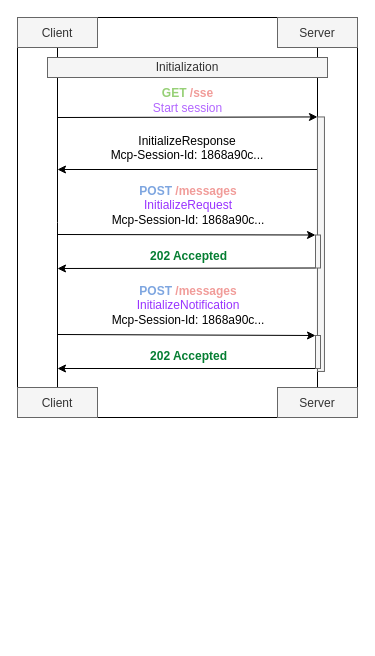
Before: page "Page-2" (2 of 3) of diagrams/sse_client_server_communication.drawio in mixa2130/mcp_tutorial, a draw.io diagram. Source tidied: cells renumbered, new cells numbered last; positions are measured from the earlier drawing's top-left corner, leaving out a move shared by most shapes. Both pictures are drawn from the tidied source at 100%, with x=0, y=0 at pixel (17, 17).
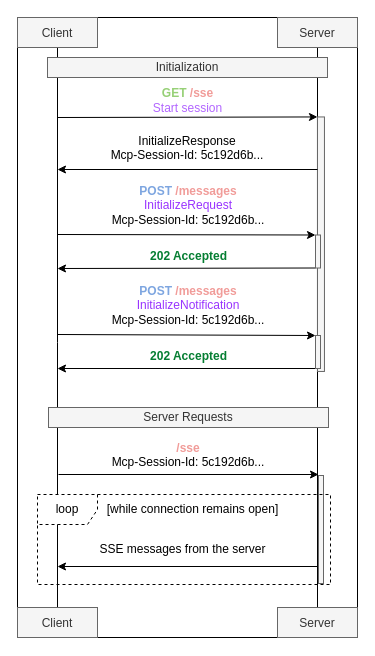
After the change.

The change refers to these unchanged cells:
```xml
<mxCell id="4" value="Client" style="shape=rectangle;fillColor=#f5f5f5;fontColor=#333333;strokeColor=#666666;" parent="1" vertex="1">
  <mxGeometry width="80" height="30" as="geometry" />
</mxCell>
<mxCell id="6" value="Server" style="shape=rectangle;fillColor=#f5f5f5;fontColor=#333333;strokeColor=#666666;" parent="1" vertex="1">
  <mxGeometry x="260" width="80" height="30" as="geometry" />
</mxCell>
```

Change to the diagram source:
```diff
@@
+    <mxCell id="25" style="edgeStyle=orthogonalEdgeStyle;rounded=0;jettySize=auto;html=1;endArrow=none;startFill=0;" parent="1" edge="1" source="6" target="21">
+      <mxGeometry relative="1" as="geometry" />
+    </mxCell>
+    <mxCell id="22" style="rounded=0;whiteSpace=wrap;html=1;fillColor=#f5f5f5;fontColor=#333333;strokeColor=#666666;rotation=90;" parent="1" vertex="1">
+      <mxGeometry x="176.2" y="223.2" width="254.5" height="7" as="geometry" />
+    </mxCell>
     <mxCell id="2" style="rounded=0;whiteSpace=wrap;html=1;fillColor=none;" parent="1" vertex="1">
-      <mxGeometry width="340" height="400" as="geometry" />
+      <mxGeometry width="340" height="620" as="geometry" />
     </mxCell>
     <mxCell id="3" style="edgeStyle=orthogonalEdgeStyle;rounded=0;jettySize=auto;html=1;endArrow=none;endFill=1;startFill=0;" parent="1" edge="1" source="4">
       <mxGeometry relative="1" as="geometry">
-        <mxPoint x="40" y="380" as="targetPoint" />
+        <mxPoint x="40" y="620" as="targetPoint" />
       </mxGeometry>
     </mxCell>
@@
-    <mxCell id="5" style="edgeStyle=orthogonalEdgeStyle;rounded=0;jettySize=auto;html=1;endArrow=none;startFill=0;" parent="1" edge="1" source="6">
-      <mxGeometry relative="1" as="geometry">
-        <mxPoint x="300" y="380" as="targetPoint" />
-      </mxGeometry>
-    </mxCell>
@@
-    <mxCell id="7" value="Initialization" style="rounded=0;whiteSpace=wrap;html=1;fillColor=#f5f5f5;fontColor=#333333;strokeColor=#666666;" parent="1" vertex="1">
-      <mxGeometry x="30" y="40" width="280" height="20" as="geometry" />
-    </mxCell>
@@
-    <mxCell id="9" value="&lt;span style=&quot;font-family: Helvetica; font-size: 12px; font-style: normal; font-variant-ligatures: normal; font-variant-caps: normal; letter-spacing: normal; orphans: 2; text-indent: 0px; text-transform: none; widows: 2; word-spacing: 0px; -webkit-text-stroke-width: 0px; white-space: normal; text-decoration-thickness: initial; text-decoration-style: initial; text-decoration-color: initial; float: none; display: inline !important;&quot;&gt;&lt;font style=&quot;color: rgb(126, 166, 224);&quot;&gt;&lt;b style=&quot;&quot;&gt;POST&lt;/b&gt;&lt;/font&gt;&lt;/span&gt;&lt;span style=&quot;color: rgb(0, 0, 0); font-family: Helvetica; font-size: 12px; font-style: normal; font-variant-ligatures: normal; font-variant-caps: normal; font-weight: 400; letter-spacing: normal; orphans: 2; text-indent: 0px; text-transform: none; widows: 2; word-spacing: 0px; -webkit-text-stroke-width: 0px; white-space: normal; text-decoration-thickness: initial; text-decoration-style: initial; text-decoration-color: initial; float: none; display: inline !important;&quot;&gt; &lt;/span&gt;&lt;span style=&quot;font-family: Helvetica; font-size: 12px; font-style: normal; font-variant-ligatures: normal; font-variant-caps: normal; letter-spacing: normal; orphans: 2; text-indent: 0px; text-transform: none; widows: 2; word-spacing: 0px; -webkit-text-stroke-width: 0px; white-space: normal; text-decoration-thickness: initial; text-decoration-style: initial; text-decoration-color: initial; float: none; display: inline !important;&quot;&gt;&lt;font style=&quot;color: rgb(241, 156, 153);&quot;&gt;&lt;b style=&quot;&quot;&gt;/messages&lt;/b&gt;&lt;/font&gt;&lt;/span&gt;&lt;div&gt;&lt;span style=&quot;background-color: transparent;&quot;&gt;&lt;font style=&quot;color: rgb(153, 51, 255);&quot;&gt;InitializeRequest&lt;/font&gt;&lt;/span&gt;&lt;/div&gt;&lt;div&gt;Mcp-Session-Id: 1868a90c...&lt;span style=&quot;background-color: transparent;&quot;&gt;&lt;/span&gt;&lt;/div&gt;" style="text;whiteSpace=wrap;html=1;fillColor=none;align=center;" parent="1" vertex="1">
+    <mxCell id="9" value="&lt;span style=&quot;font-family: Helvetica; font-size: 12px; font-style: normal; font-variant-ligatures: normal; font-variant-caps: normal; letter-spacing: normal; orphans: 2; text-indent: 0px; text-transform: none; widows: 2; word-spacing: 0px; -webkit-text-stroke-width: 0px; white-space: normal; text-decoration-thickness: initial; text-decoration-style: initial; text-decoration-color: initial; float: none; display: inline !important;&quot;&gt;&lt;font style=&quot;color: rgb(126, 166, 224);&quot;&gt;&lt;b style=&quot;&quot;&gt;POST&lt;/b&gt;&lt;/font&gt;&lt;/span&gt;&lt;span style=&quot;color: rgb(0, 0, 0); font-family: Helvetica; font-size: 12px; font-style: normal; font-variant-ligatures: normal; font-variant-caps: normal; font-weight: 400; letter-spacing: normal; orphans: 2; text-indent: 0px; text-transform: none; widows: 2; word-spacing: 0px; -webkit-text-stroke-width: 0px; white-space: normal; text-decoration-thickness: initial; text-decoration-style: initial; text-decoration-color: initial; float: none; display: inline !important;&quot;&gt; &lt;/span&gt;&lt;span style=&quot;font-family: Helvetica; font-size: 12px; font-style: normal; font-variant-ligatures: normal; font-variant-caps: normal; letter-spacing: normal; orphans: 2; text-indent: 0px; text-transform: none; widows: 2; word-spacing: 0px; -webkit-text-stroke-width: 0px; white-space: normal; text-decoration-thickness: initial; text-decoration-style: initial; text-decoration-color: initial; float: none; display: inline !important;&quot;&gt;&lt;font style=&quot;color: rgb(241, 156, 153);&quot;&gt;&lt;b style=&quot;&quot;&gt;/messages&lt;/b&gt;&lt;/font&gt;&lt;/span&gt;&lt;div&gt;&lt;span style=&quot;background-color: transparent;&quot;&gt;&lt;font style=&quot;color: rgb(153, 51, 255);&quot;&gt;InitializeRequest&lt;/font&gt;&lt;/span&gt;&lt;/div&gt;&lt;div&gt;Mcp-Session-Id: 5c192d6b...&lt;span style=&quot;background-color: transparent;&quot;&gt;&lt;/span&gt;&lt;/div&gt;" style="text;whiteSpace=wrap;html=1;fillColor=none;align=center;" parent="1" vertex="1">
       <mxGeometry x="92" y="160" width="158" height="50" as="geometry" />
     </mxCell>
@@
-    <mxCell id="12" value="&lt;font style=&quot;color: rgb(154, 199, 191);&quot;&gt;&lt;span style=&quot;font-family: Helvetica; font-size: 12px; font-style: normal; font-variant-ligatures: normal; font-variant-caps: normal; font-weight: 400; letter-spacing: normal; orphans: 2; text-indent: 0px; text-transform: none; widows: 2; word-spacing: 0px; -webkit-text-stroke-width: 0px; white-space: normal; text-decoration-thickness: initial; text-decoration-style: initial; text-decoration-color: initial; float: none; display: inline !important; color: rgb(0, 0, 0);&quot;&gt;InitializeResponse&lt;/span&gt;&lt;br style=&quot;forced-color-adjust: none; font-family: Helvetica; font-size: 12px; font-style: normal; font-variant-ligatures: normal; font-variant-caps: normal; font-weight: 400; letter-spacing: normal; orphans: 2; text-indent: 0px; text-transform: none; widows: 2; word-spacing: 0px; -webkit-text-stroke-width: 0px; white-space: normal; text-decoration-thickness: initial; text-decoration-style: initial; text-decoration-color: initial; color: rgb(0, 0, 0);&quot;&gt;&lt;span style=&quot;font-family: Helvetica; font-size: 12px; font-style: normal; font-variant-ligatures: normal; font-variant-caps: normal; font-weight: 400; letter-spacing: normal; orphans: 2; text-indent: 0px; text-transform: none; widows: 2; word-spacing: 0px; -webkit-text-stroke-width: 0px; white-space: normal; text-decoration-thickness: initial; text-decoration-style: initial; text-decoration-color: initial; float: none; display: inline !important; color: rgb(0, 0, 0);&quot;&gt;Mcp-Session-Id: 1868a90c...&lt;/span&gt;&lt;/font&gt;&lt;div&gt;&lt;br&gt;&lt;/div&gt;" style="text;whiteSpace=wrap;html=1;align=center;" parent="1" vertex="1">
+    <mxCell id="12" value="&lt;font style=&quot;color: rgb(154, 199, 191);&quot;&gt;&lt;span style=&quot;font-family: Helvetica; font-size: 12px; font-style: normal; font-variant-ligatures: normal; font-variant-caps: normal; font-weight: 400; letter-spacing: normal; orphans: 2; text-indent: 0px; text-transform: none; widows: 2; word-spacing: 0px; -webkit-text-stroke-width: 0px; white-space: normal; text-decoration-thickness: initial; text-decoration-style: initial; text-decoration-color: initial; float: none; display: inline !important; color: rgb(0, 0, 0);&quot;&gt;InitializeResponse&lt;/span&gt;&lt;br style=&quot;forced-color-adjust: none; font-family: Helvetica; font-size: 12px; font-style: normal; font-variant-ligatures: normal; font-variant-caps: normal; font-weight: 400; letter-spacing: normal; orphans: 2; text-indent: 0px; text-transform: none; widows: 2; word-spacing: 0px; -webkit-text-stroke-width: 0px; white-space: normal; text-decoration-thickness: initial; text-decoration-style: initial; text-decoration-color: initial; color: rgb(0, 0, 0);&quot;&gt;&lt;span style=&quot;font-family: Helvetica; font-size: 12px; font-style: normal; font-variant-ligatures: normal; font-variant-caps: normal; font-weight: 400; letter-spacing: normal; orphans: 2; text-indent: 0px; text-transform: none; widows: 2; word-spacing: 0px; -webkit-text-stroke-width: 0px; white-space: normal; text-decoration-thickness: initial; text-decoration-style: initial; text-decoration-color: initial; float: none; display: inline !important; color: rgb(0, 0, 0);&quot;&gt;Mcp-Session-Id: 5c192d6b...&lt;/span&gt;&lt;/font&gt;&lt;div&gt;&lt;br&gt;&lt;/div&gt;" style="text;whiteSpace=wrap;html=1;align=center;" parent="1" vertex="1">
       <mxGeometry x="90" y="110" width="160" height="44" as="geometry" />
     </mxCell>
@@
-    <mxCell id="17" value="&lt;span style=&quot;font-family: Helvetica; font-size: 12px; font-style: normal; font-variant-ligatures: normal; font-variant-caps: normal; letter-spacing: normal; orphans: 2; text-indent: 0px; text-transform: none; widows: 2; word-spacing: 0px; -webkit-text-stroke-width: 0px; white-space: normal; text-decoration-thickness: initial; text-decoration-style: initial; text-decoration-color: initial; float: none; display: inline !important;&quot;&gt;&lt;font style=&quot;color: rgb(126, 166, 224);&quot;&gt;&lt;b style=&quot;&quot;&gt;POST&lt;/b&gt;&lt;/font&gt;&lt;/span&gt;&lt;span style=&quot;color: rgb(0, 0, 0); font-family: Helvetica; font-size: 12px; font-style: normal; font-variant-ligatures: normal; font-variant-caps: normal; font-weight: 400; letter-spacing: normal; orphans: 2; text-indent: 0px; text-transform: none; widows: 2; word-spacing: 0px; -webkit-text-stroke-width: 0px; white-space: normal; text-decoration-thickness: initial; text-decoration-style: initial; text-decoration-color: initial; float: none; display: inline !important;&quot;&gt; &lt;/span&gt;&lt;span style=&quot;font-family: Helvetica; font-size: 12px; font-style: normal; font-variant-ligatures: normal; font-variant-caps: normal; letter-spacing: normal; orphans: 2; text-indent: 0px; text-transform: none; widows: 2; word-spacing: 0px; -webkit-text-stroke-width: 0px; white-space: normal; text-decoration-thickness: initial; text-decoration-style: initial; text-decoration-color: initial; float: none; display: inline !important;&quot;&gt;&lt;font style=&quot;color: rgb(241, 156, 153);&quot;&gt;&lt;b style=&quot;&quot;&gt;/messages&lt;/b&gt;&lt;/font&gt;&lt;/span&gt;&lt;div&gt;&lt;span style=&quot;background-color: transparent;&quot;&gt;&lt;font style=&quot;color: rgb(153, 51, 255);&quot;&gt;InitializeNotification&lt;/font&gt;&lt;/span&gt;&lt;/div&gt;&lt;div&gt;Mcp-Session-Id: 1868a90c...&lt;span style=&quot;background-color: transparent;&quot;&gt;&lt;/span&gt;&lt;/div&gt;" style="text;whiteSpace=wrap;html=1;fillColor=none;align=center;" parent="1" vertex="1">
+    <mxCell id="17" value="&lt;span style=&quot;font-family: Helvetica; font-size: 12px; font-style: normal; font-variant-ligatures: normal; font-variant-caps: normal; letter-spacing: normal; orphans: 2; text-indent: 0px; text-transform: none; widows: 2; word-spacing: 0px; -webkit-text-stroke-width: 0px; white-space: normal; text-decoration-thickness: initial; text-decoration-style: initial; text-decoration-color: initial; float: none; display: inline !important;&quot;&gt;&lt;font style=&quot;color: rgb(126, 166, 224);&quot;&gt;&lt;b style=&quot;&quot;&gt;POST&lt;/b&gt;&lt;/font&gt;&lt;/span&gt;&lt;span style=&quot;color: rgb(0, 0, 0); font-family: Helvetica; font-size: 12px; font-style: normal; font-variant-ligatures: normal; font-variant-caps: normal; font-weight: 400; letter-spacing: normal; orphans: 2; text-indent: 0px; text-transform: none; widows: 2; word-spacing: 0px; -webkit-text-stroke-width: 0px; white-space: normal; text-decoration-thickness: initial; text-decoration-style: initial; text-decoration-color: initial; float: none; display: inline !important;&quot;&gt; &lt;/span&gt;&lt;span style=&quot;font-family: Helvetica; font-size: 12px; font-style: normal; font-variant-ligatures: normal; font-variant-caps: normal; letter-spacing: normal; orphans: 2; text-indent: 0px; text-transform: none; widows: 2; word-spacing: 0px; -webkit-text-stroke-width: 0px; white-space: normal; text-decoration-thickness: initial; text-decoration-style: initial; text-decoration-color: initial; float: none; display: inline !important;&quot;&gt;&lt;font style=&quot;color: rgb(241, 156, 153);&quot;&gt;&lt;b style=&quot;&quot;&gt;/messages&lt;/b&gt;&lt;/font&gt;&lt;/span&gt;&lt;div&gt;&lt;span style=&quot;background-color: transparent;&quot;&gt;&lt;font style=&quot;color: rgb(153, 51, 255);&quot;&gt;InitializeNotification&lt;/font&gt;&lt;/span&gt;&lt;/div&gt;&lt;div&gt;Mcp-Session-Id: 5c192d6b...&lt;span style=&quot;background-color: transparent;&quot;&gt;&lt;/span&gt;&lt;/div&gt;" style="text;whiteSpace=wrap;html=1;fillColor=none;align=center;" parent="1" vertex="1">
       <mxGeometry x="92" y="260" width="158" height="50" as="geometry" />
     </mxCell>
@@
     <mxCell id="20" value="Client" style="shape=rectangle;fillColor=#f5f5f5;fontColor=#333333;strokeColor=#666666;" parent="1" vertex="1">
-      <mxGeometry y="370" width="80" height="30" as="geometry" />
+      <mxGeometry y="590" width="80" height="30" as="geometry" />
     </mxCell>
-    <mxCell id="21" value="Server" style="shape=rectangle;fillColor=#f5f5f5;fontColor=#333333;strokeColor=#666666;" parent="1" vertex="1">
-      <mxGeometry x="260" y="370" width="80" height="30" as="geometry" />
-    </mxCell>
-    <mxCell id="22" style="rounded=0;whiteSpace=wrap;html=1;fillColor=#f5f5f5;fontColor=#333333;strokeColor=#666666;rotation=90;" parent="1" vertex="1">
-      <mxGeometry x="176.2" y="223.2" width="254.5" height="7" as="geometry" />
-    </mxCell>
@@
+    <mxCell id="26" style="endArrow=none;html=1;rounded=0;startFill=1;startArrow=classic;" parent="1" edge="1">
+      <mxGeometry relative="1" as="geometry">
+        <mxPoint x="40" y="549" as="sourcePoint" />
+        <mxPoint x="300" y="549" as="targetPoint" />
+      </mxGeometry>
+    </mxCell>
+    <mxCell id="27" style="endArrow=classic;html=1;rounded=0;entryX=0;entryY=1;entryDx=0;entryDy=0;" parent="1" edge="1">
+      <mxGeometry relative="1" as="geometry">
+        <mxPoint x="41" y="457" as="sourcePoint" />
+        <mxPoint x="301" y="457" as="targetPoint" />
+      </mxGeometry>
+    </mxCell>
+    <mxCell id="28" value="&lt;span style=&quot;font-family: Helvetica; font-size: 12px; font-style: normal; font-variant-ligatures: normal; font-variant-caps: normal; letter-spacing: normal; orphans: 2; text-indent: 0px; text-transform: none; widows: 2; word-spacing: 0px; -webkit-text-stroke-width: 0px; white-space: normal; text-decoration-thickness: initial; text-decoration-style: initial; text-decoration-color: initial; float: none; display: inline !important;&quot;&gt;&lt;font style=&quot;color: rgb(241, 156, 153);&quot;&gt;&lt;b style=&quot;&quot;&gt;/sse&lt;/b&gt;&lt;/font&gt;&lt;/span&gt;&lt;div&gt;&lt;span style=&quot;background-color: transparent; color: light-dark(rgb(0, 0, 0), rgb(255, 255, 255));&quot;&gt;Mcp-Session-Id: 5c192d6b...&lt;/span&gt;&lt;/div&gt;" style="text;whiteSpace=wrap;html=1;fillColor=none;align=center;" parent="1" vertex="1">
+      <mxGeometry x="92" y="416.8" width="158" height="50" as="geometry" />
+    </mxCell>
+    <mxCell id="29" value="[while connection remains open]" style="text;html=1;align=center;verticalAlign=middle;strokeColor=none;fillColor=none;" parent="1" vertex="1">
+      <mxGeometry x="80" y="477" width="190" height="30" as="geometry" />
+    </mxCell>
+    <mxCell id="30" value="SSE messages from the server" style="text;html=1;align=center;verticalAlign=middle;strokeColor=none;fillColor=none;" parent="1" vertex="1">
+      <mxGeometry x="70" y="517" width="190" height="30" as="geometry" />
+    </mxCell>
+    <mxCell id="21" value="Server" style="shape=rectangle;fillColor=#f5f5f5;fontColor=#333333;strokeColor=#666666;" parent="1" vertex="1">
+      <mxGeometry x="260" y="590" width="80" height="30" as="geometry" />
+    </mxCell>
+    <mxCell id="7" value="Initialization" style="rounded=0;whiteSpace=wrap;html=1;fillColor=#f5f5f5;fontColor=#333333;strokeColor=#666666;" parent="1" vertex="1">
+      <mxGeometry x="30" y="40" width="280" height="20" as="geometry" />
+    </mxCell>
+    <mxCell id="31" value="Server Requests" style="rounded=0;whiteSpace=wrap;html=1;fillColor=#f5f5f5;fontColor=#333333;strokeColor=#666666;" parent="1" vertex="1">
+      <mxGeometry x="31" y="390" width="280" height="20" as="geometry" />
+    </mxCell>
+    <mxCell id="32" style="rounded=0;whiteSpace=wrap;html=1;fillColor=#f5f5f5;fontColor=#333333;strokeColor=#666666;rotation=90;" parent="1" vertex="1">
+      <mxGeometry x="249.5" y="509.5" width="108" height="5" as="geometry" />
+    </mxCell>
+    <mxCell id="33" value="loop" style="shape=umlFrame;whiteSpace=wrap;html=1;dashed=1;" parent="1" vertex="1">
+      <mxGeometry x="20" y="477" width="293" height="90" as="geometry" />
+    </mxCell>
```
